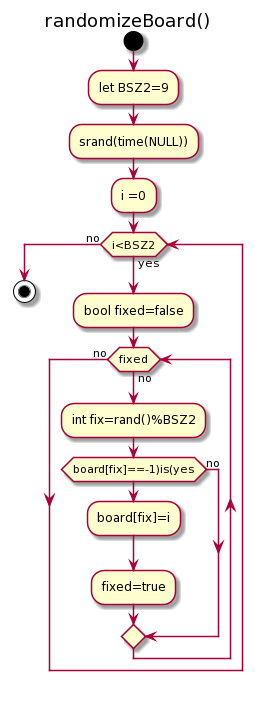
Before: schema/puzzle_randomizeBoard.png, a diagram exported from PlantUML (deeperj/rust). The source it was exported from:
```plantuml
@startuml
title randomizeBoard()

start

:let BSZ2=9;
:srand(time(NULL));
:i =0;
while(i<BSZ2) is (yes)
:bool fixed=false;
while(fixed) is (no)
  :int fix=rand()%BSZ2;
  if(board[fix]==-1)is(yes)
    :board[fix]=i;
    :fixed=true;
  else(no)
  endif
end while(no)
end while(no)

stop
@enduml
```
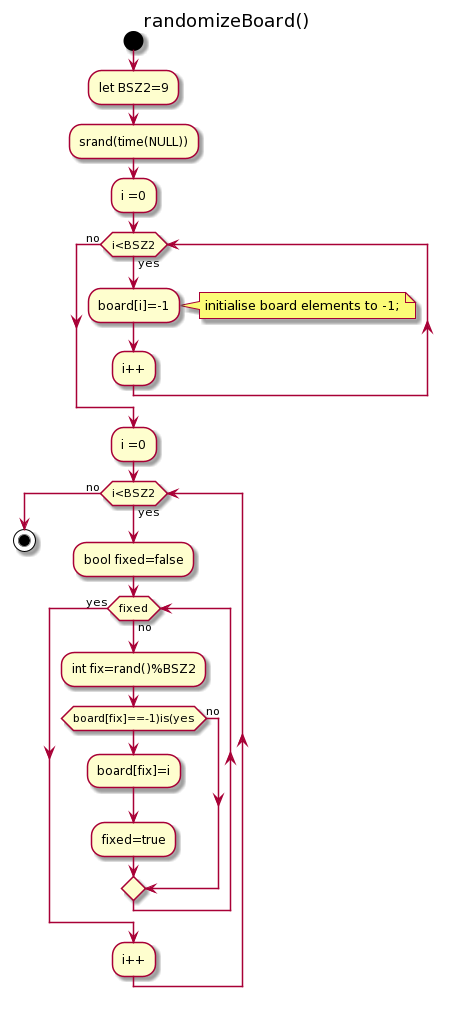
After the change.

Change to the diagram source:
```diff
@@ -5,6 +5,12 @@
 
 :let BSZ2=9;
 :srand(time(NULL));
+:i =0;
+while(i<BSZ2) is (yes)
+:board[i]=-1;
+note right: initialise board elements to -1;
+:i++;
+end while (no)
 :i =0;
 while(i<BSZ2) is (yes)
 :bool fixed=false;
@@ -15,7 +21,8 @@
     :fixed=true;
   else(no)
   endif
-end while(no)
+end while(yes)
+:i++;
 end while(no)
 
 stop
```
